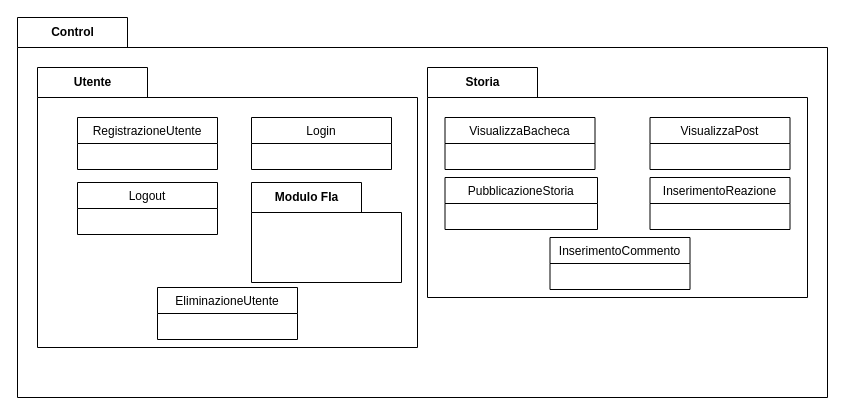
EmmanuelEngineer/E.M.A.A. keeps this draw.io diagram as page "Control" (2 of 6) of Schemi/Package.drawio. Above is the earlier version. Source tidied: cells renumbered, new cells numbered last; positions are measured from the earlier drawing's top-left corner, leaving out a move shared by most shapes. Both pictures are drawn from the tidied source at 100%, with x=0, y=0 at pixel (17, 17).
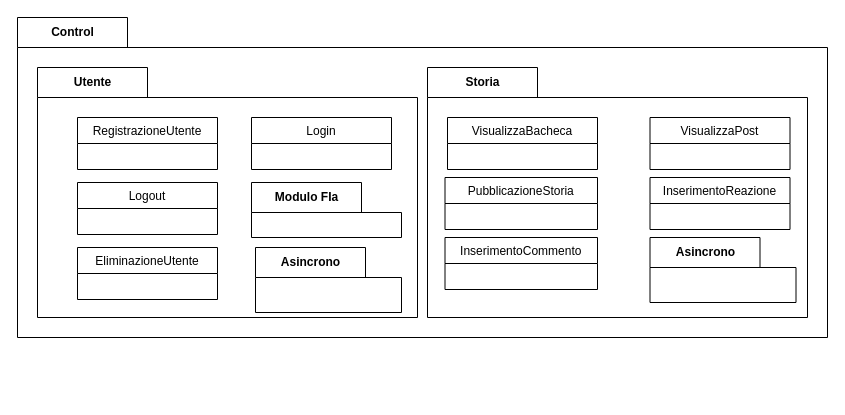
The same page after the edit.

Change to the diagram source:
```diff
@@
 <mxGraphModel>
   <root>
     <mxCell id="0" />
     <mxCell id="1" parent="0" />
     <mxCell id="2" value="Control" style="shape=folder;fontStyle=1;tabWidth=110;tabHeight=30;tabPosition=left;html=1;boundedLbl=1;labelInHeader=1;" parent="1" vertex="1">
-      <mxGeometry width="810" height="380" as="geometry" />
+      <mxGeometry width="810" height="320" as="geometry" />
     </mxCell>
     <mxCell id="3" value="Storia" style="shape=folder;fontStyle=1;tabWidth=110;tabHeight=30;tabPosition=left;html=1;boundedLbl=1;labelInHeader=1;" parent="2" vertex="1">
-      <mxGeometry x="410" y="50" width="380" height="230" as="geometry" />
+      <mxGeometry x="410" y="50" width="380" height="250" as="geometry" />
     </mxCell>
     <mxCell id="4" value="VisualizzaBacheca" style="swimlane;fontStyle=0;horizontal=1;startSize=26;fillColor=none;" parent="3" vertex="1">
-      <mxGeometry x="17.5" y="50" width="150" height="52" as="geometry" />
+      <mxGeometry x="20" y="50" width="150" height="52" as="geometry" />
     </mxCell>
-    <mxCell id="5" value="VisualizzaPost" style="swimlane;fontStyle=0;horizontal=1;startSize=26;fillColor=none;" parent="3" vertex="1">
-      <mxGeometry x="222.5" y="50" width="140" height="52" as="geometry" />
-    </mxCell>
     <mxCell id="6" value="PubblicazioneStoria" style="swimlane;fontStyle=0;horizontal=1;startSize=26;fillColor=none;" parent="3" vertex="1">
       <mxGeometry x="17.5" y="110" width="152.5" height="52" as="geometry" />
     </mxCell>
     <mxCell id="7" value="InserimentoReazione" style="swimlane;fontStyle=0;horizontal=1;startSize=26;fillColor=none;" parent="3" vertex="1">
       <mxGeometry x="222.5" y="110" width="140" height="52" as="geometry" />
     </mxCell>
     <mxCell id="8" value="InserimentoCommento" style="swimlane;fontStyle=0;horizontal=1;startSize=26;fillColor=none;" parent="3" vertex="1">
-      <mxGeometry x="122.5" y="170" width="140" height="52" as="geometry" />
+      <mxGeometry x="17.5" y="170" width="152.5" height="52" as="geometry" />
     </mxCell>
+    <mxCell id="15" value="Asincrono" style="shape=folder;fontStyle=1;tabWidth=110;tabHeight=30;tabPosition=left;html=1;boundedLbl=1;labelInHeader=1;" parent="3" vertex="1">
+      <mxGeometry x="222.5" y="170" width="146" height="65" as="geometry" />
+    </mxCell>
+    <mxCell id="5" value="VisualizzaPost" style="swimlane;fontStyle=0;horizontal=1;startSize=26;fillColor=none;" parent="3" vertex="1">
+      <mxGeometry x="222.5" y="50" width="140" height="52" as="geometry" />
+    </mxCell>
     <mxCell id="9" value="Utente" style="shape=folder;fontStyle=1;tabWidth=110;tabHeight=30;tabPosition=left;html=1;boundedLbl=1;labelInHeader=1;" parent="2" vertex="1">
-      <mxGeometry x="20" y="50" width="380" height="280" as="geometry" />
+      <mxGeometry x="20" y="50" width="380" height="250" as="geometry" />
     </mxCell>
     <mxCell id="10" value="RegistrazioneUtente" style="swimlane;fontStyle=0;horizontal=1;startSize=26;fillColor=none;" parent="9" vertex="1">
       <mxGeometry x="40" y="50" width="140" height="52" as="geometry" />
     </mxCell>
     <mxCell id="11" value="Login" style="swimlane;fontStyle=0;horizontal=1;startSize=26;fillColor=none;" parent="9" vertex="1">
       <mxGeometry x="214" y="50" width="140" height="52" as="geometry" />
     </mxCell>
     <mxCell id="12" value="Logout" style="swimlane;fontStyle=0;horizontal=1;startSize=26;fillColor=none;" parent="9" vertex="1">
       <mxGeometry x="40" y="115" width="140" height="52" as="geometry" />
     </mxCell>
     <mxCell id="13" value="EliminazioneUtente" style="swimlane;fontStyle=0;horizontal=1;startSize=26;fillColor=none;" parent="9" vertex="1">
-      <mxGeometry x="120" y="220" width="140" height="52" as="geometry" />
+      <mxGeometry x="40" y="180" width="140" height="52" as="geometry" />
     </mxCell>
     <mxCell id="14" value="Modulo FIa" style="shape=folder;fontStyle=1;tabWidth=110;tabHeight=30;tabPosition=left;html=1;boundedLbl=1;labelInHeader=1;" parent="9" vertex="1">
-      <mxGeometry x="214" y="115" width="150" height="100" as="geometry" />
+      <mxGeometry x="214" y="115" width="150" height="55" as="geometry" />
     </mxCell>
+    <mxCell id="16" value="Asincrono" style="shape=folder;fontStyle=1;tabWidth=110;tabHeight=30;tabPosition=left;html=1;boundedLbl=1;labelInHeader=1;" parent="9" vertex="1">
+      <mxGeometry x="218" y="180" width="146" height="65" as="geometry" />
+    </mxCell>
   </root>
 </mxGraphModel>
```
